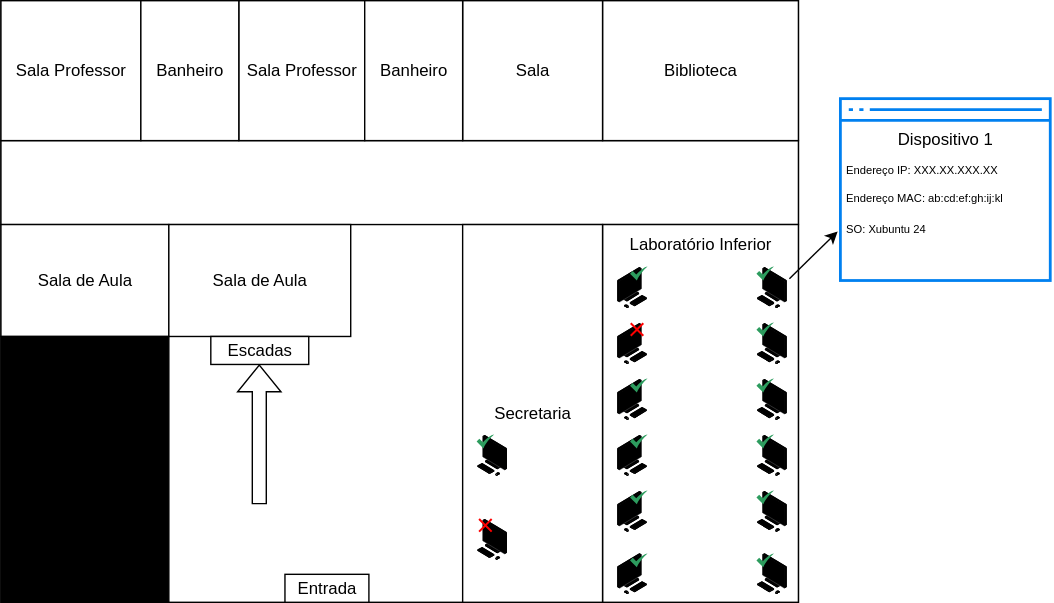
Earlier version of the draw.io export src/assets/inferior-map.svg (zackandcoding1/ineaf-infra-mapa-prototipo). Source tidied: cells renumbered, new cells last; positions are measured from the earlier drawing's top-left corner, leaving out a move shared by most shapes.
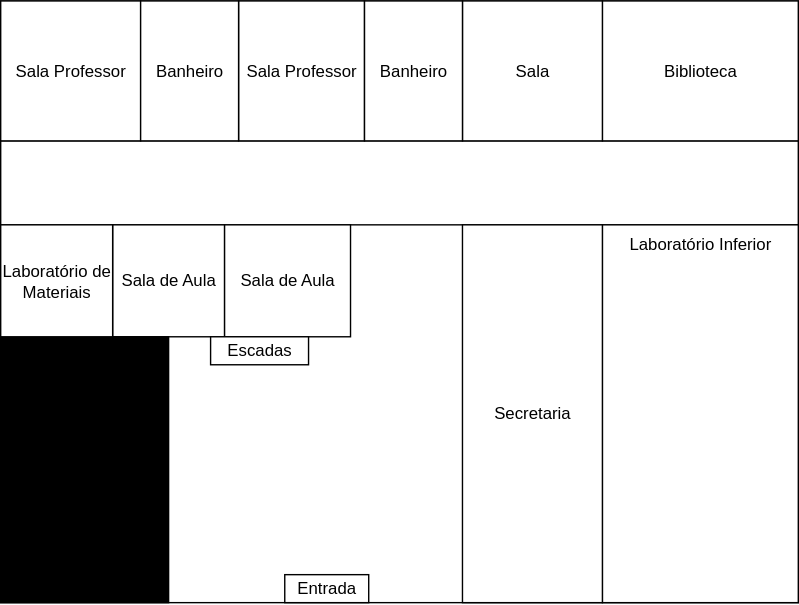
Above is the later version.

What changed in the source:
```diff
@@ -15,10 +15,10 @@
       <mxGeometry x="430" y="160" width="140" height="270" as="geometry" />
     </mxCell>
     <mxCell id="6" value="Sala de Aula" style="rounded=0;whiteSpace=wrap;html=1;" parent="1" vertex="1">
-      <mxGeometry y="160" width="120" height="80" as="geometry" />
+      <mxGeometry x="80" y="160" width="80" height="80" as="geometry" />
     </mxCell>
     <mxCell id="7" value="Sala de Aula" style="rounded=0;whiteSpace=wrap;html=1;" parent="1" vertex="1">
-      <mxGeometry x="120" y="160" width="130" height="80" as="geometry" />
+      <mxGeometry x="160" y="160" width="90" height="80" as="geometry" />
     </mxCell>
     <mxCell id="8" value="Secretaria" style="rounded=0;whiteSpace=wrap;html=1;" parent="1" vertex="1">
       <mxGeometry x="330" y="160" width="100" height="270" as="geometry" />
@@ -32,12 +32,6 @@
     <mxCell id="11" value="Sala" style="rounded=0;whiteSpace=wrap;html=1;" parent="1" vertex="1">
       <mxGeometry x="330" width="100" height="100" as="geometry" />
     </mxCell>
-    <mxCell id="12" style="shape=flexArrow;endArrow=classic;html=1;rounded=0;entryX=0.5;entryY=0;entryDx=0;entryDy=0;" parent="1" edge="1">
-      <mxGeometry relative="1" as="geometry">
-        <mxPoint x="184.7" y="360" as="sourcePoint" />
-        <mxPoint x="184.7" y="260" as="targetPoint" />
-      </mxGeometry>
-    </mxCell>
     <mxCell id="13" value="Escadas" style="rounded=0;whiteSpace=wrap;html=1;" parent="1" vertex="1">
       <mxGeometry x="150" y="240" width="70" height="20" as="geometry" />
     </mxCell>
@@ -47,113 +41,14 @@
     <mxCell id="15" value="Entrada" style="rounded=0;whiteSpace=wrap;html=1;" parent="1" vertex="1">
       <mxGeometry x="203" y="410" width="60" height="20" as="geometry" />
     </mxCell>
-    <mxCell id="16" style="image;html=1;align=center;shadow=0;dashed=0;image=img/lib/allied_telesis/computer_and_terminals/Personal_Computer.svg;" parent="1" vertex="1">
-      <mxGeometry x="340" y="370" width="22.1" height="30" as="geometry" />
-    </mxCell>
-    <mxCell id="17" style="image;html=1;align=center;shadow=0;dashed=0;image=img/lib/allied_telesis/computer_and_terminals/Personal_Computer.svg;" parent="1" vertex="1">
-      <mxGeometry x="340" y="310" width="22.1" height="30" as="geometry" />
-    </mxCell>
-    <mxCell id="18" style="image;points=[];html=1;align=center;shadow=0;dashed=0;image=img/lib/allied_telesis/computer_and_terminals/Personal_Computer.svg;" parent="1" vertex="1">
-      <mxGeometry x="540" y="190" width="22.1" height="30" as="geometry" />
-    </mxCell>
-    <mxCell id="19" style="image;html=1;align=center;shadow=0;dashed=0;image=img/lib/allied_telesis/computer_and_terminals/Personal_Computer.svg;" parent="1" vertex="1">
-      <mxGeometry x="540" y="230" width="22.1" height="30" as="geometry" />
-    </mxCell>
-    <mxCell id="20" style="image;html=1;align=center;shadow=0;dashed=0;image=img/lib/allied_telesis/computer_and_terminals/Personal_Computer.svg;" parent="1" vertex="1">
-      <mxGeometry x="540" y="270" width="22.1" height="30" as="geometry" />
-    </mxCell>
-    <mxCell id="21" style="image;html=1;align=center;shadow=0;dashed=0;image=img/lib/allied_telesis/computer_and_terminals/Personal_Computer.svg;" parent="1" vertex="1">
-      <mxGeometry x="540" y="310" width="22.1" height="30" as="geometry" />
-    </mxCell>
-    <mxCell id="22" style="image;html=1;align=center;shadow=0;dashed=0;image=img/lib/allied_telesis/computer_and_terminals/Personal_Computer.svg;" parent="1" vertex="1">
-      <mxGeometry x="540" y="350" width="22.1" height="30" as="geometry" />
-    </mxCell>
-    <mxCell id="23" style="image;html=1;align=center;shadow=0;dashed=0;image=img/lib/allied_telesis/computer_and_terminals/Personal_Computer.svg;" parent="1" vertex="1">
-      <mxGeometry x="540" y="394.5" width="22.1" height="30" as="geometry" />
-    </mxCell>
-    <mxCell id="24" style="image;html=1;align=center;shadow=0;dashed=0;image=img/lib/allied_telesis/computer_and_terminals/Personal_Computer.svg;flipH=1;" parent="1" vertex="1">
-      <mxGeometry x="440" y="190" width="22.1" height="30" as="geometry" />
-    </mxCell>
-    <mxCell id="25" style="image;html=1;align=center;shadow=0;dashed=0;image=img/lib/allied_telesis/computer_and_terminals/Personal_Computer.svg;flipH=1;" parent="1" vertex="1">
-      <mxGeometry x="440" y="270" width="22.1" height="30" as="geometry" />
-    </mxCell>
-    <mxCell id="26" style="image;html=1;align=center;shadow=0;dashed=0;image=img/lib/allied_telesis/computer_and_terminals/Personal_Computer.svg;flipH=1;" parent="1" vertex="1">
-      <mxGeometry x="440" y="230" width="22.1" height="30" as="geometry" />
-    </mxCell>
-    <mxCell id="27" style="image;html=1;align=center;shadow=0;dashed=0;image=img/lib/allied_telesis/computer_and_terminals/Personal_Computer.svg;flipH=1;" parent="1" vertex="1">
-      <mxGeometry x="440" y="310" width="22.1" height="30" as="geometry" />
-    </mxCell>
-    <mxCell id="28" style="image;html=1;align=center;shadow=0;dashed=0;image=img/lib/allied_telesis/computer_and_terminals/Personal_Computer.svg;flipH=1;" parent="1" vertex="1">
-      <mxGeometry x="440" y="350" width="22.1" height="30" as="geometry" />
-    </mxCell>
-    <mxCell id="29" style="image;html=1;align=center;shadow=0;dashed=0;image=img/lib/allied_telesis/computer_and_terminals/Personal_Computer.svg;flipH=1;" parent="1" vertex="1">
-      <mxGeometry x="440" y="394.5" width="22.1" height="30" as="geometry" />
-    </mxCell>
-    <mxCell id="30" style="sketch=0;html=1;strokeColor=none;shadow=0;align=center;fillColor=#2D9C5E;verticalAlign=top;labelPosition=center;verticalLabelPosition=bottom;shape=mxgraph.gcp2.check;" parent="1" vertex="1">
-      <mxGeometry x="449.6" y="190" width="12.5" height="10" as="geometry" />
-    </mxCell>
-    <mxCell id="31" style="sketch=0;html=1;strokeColor=none;shadow=0;align=center;fillColor=#2D9C5E;verticalAlign=top;labelPosition=center;verticalLabelPosition=bottom;shape=mxgraph.gcp2.check;" parent="1" vertex="1">
-      <mxGeometry x="449.6" y="270" width="12.5" height="10" as="geometry" />
-    </mxCell>
-    <mxCell id="32" style="sketch=0;html=1;strokeColor=none;shadow=0;align=center;fillColor=#2D9C5E;verticalAlign=top;labelPosition=center;verticalLabelPosition=bottom;shape=mxgraph.gcp2.check;" parent="1" vertex="1">
-      <mxGeometry x="449.6" y="310" width="12.5" height="10" as="geometry" />
-    </mxCell>
-    <mxCell id="33" style="sketch=0;html=1;strokeColor=none;shadow=0;align=center;fillColor=#2D9C5E;verticalAlign=top;labelPosition=center;verticalLabelPosition=bottom;shape=mxgraph.gcp2.check;" parent="1" vertex="1">
-      <mxGeometry x="449.6" y="350" width="12.5" height="10" as="geometry" />
-    </mxCell>
-    <mxCell id="34" style="sketch=0;html=1;strokeColor=none;shadow=0;align=center;fillColor=#2D9C5E;verticalAlign=top;labelPosition=center;verticalLabelPosition=bottom;shape=mxgraph.gcp2.check;" parent="1" vertex="1">
-      <mxGeometry x="449.6" y="395" width="12.5" height="10" as="geometry" />
-    </mxCell>
-    <mxCell id="35" style="sketch=0;html=1;strokeColor=none;shadow=0;align=center;fillColor=#2D9C5E;verticalAlign=top;labelPosition=center;verticalLabelPosition=bottom;shape=mxgraph.gcp2.check;" parent="1" vertex="1">
-      <mxGeometry x="540" y="190" width="12.5" height="10" as="geometry" />
-    </mxCell>
-    <mxCell id="36" style="sketch=0;html=1;strokeColor=none;shadow=0;align=center;fillColor=#2D9C5E;verticalAlign=top;labelPosition=center;verticalLabelPosition=bottom;shape=mxgraph.gcp2.check;" parent="1" vertex="1">
-      <mxGeometry x="540" y="230" width="12.5" height="10" as="geometry" />
-    </mxCell>
-    <mxCell id="37" style="sketch=0;html=1;strokeColor=none;shadow=0;align=center;fillColor=#2D9C5E;verticalAlign=top;labelPosition=center;verticalLabelPosition=bottom;shape=mxgraph.gcp2.check;" parent="1" vertex="1">
-      <mxGeometry x="540" y="270" width="12.5" height="10" as="geometry" />
-    </mxCell>
-    <mxCell id="38" style="sketch=0;html=1;strokeColor=none;shadow=0;align=center;fillColor=#2D9C5E;verticalAlign=top;labelPosition=center;verticalLabelPosition=bottom;shape=mxgraph.gcp2.check;" parent="1" vertex="1">
-      <mxGeometry x="540" y="310" width="12.5" height="10" as="geometry" />
-    </mxCell>
-    <mxCell id="39" style="sketch=0;html=1;strokeColor=none;shadow=0;align=center;fillColor=#2D9C5E;verticalAlign=top;labelPosition=center;verticalLabelPosition=bottom;shape=mxgraph.gcp2.check;" parent="1" vertex="1">
-      <mxGeometry x="540" y="350" width="12.5" height="10" as="geometry" />
-    </mxCell>
-    <mxCell id="40" style="sketch=0;html=1;strokeColor=none;shadow=0;align=center;fillColor=#2D9C5E;verticalAlign=top;labelPosition=center;verticalLabelPosition=bottom;shape=mxgraph.gcp2.check;" parent="1" vertex="1">
-      <mxGeometry x="540" y="395" width="12.5" height="10" as="geometry" />
-    </mxCell>
     <mxCell id="41" value="Banheiro" style="rounded=0;whiteSpace=wrap;html=1;" parent="1" vertex="1">
       <mxGeometry x="260" width="70" height="100" as="geometry" />
     </mxCell>
     <mxCell id="42" value="Banheiro" style="rounded=0;whiteSpace=wrap;html=1;" parent="1" vertex="1">
       <mxGeometry x="100" width="70" height="100" as="geometry" />
     </mxCell>
-    <mxCell id="43" style="sketch=0;html=1;strokeColor=none;shadow=0;align=center;fillColor=#2D9C5E;verticalAlign=top;labelPosition=center;verticalLabelPosition=bottom;shape=mxgraph.gcp2.check;" parent="1" vertex="1">
-      <mxGeometry x="340" y="310" width="12.5" height="10" as="geometry" />
-    </mxCell>
-    <mxCell id="44" style="shape=mxgraph.mockup.markup.redX;fillColor=#ff0000;html=1;shadow=0;whiteSpace=wrap;strokeColor=none;" parent="1" vertex="1">
-      <mxGeometry x="341.2" y="370" width="10" height="10" as="geometry" />
-    </mxCell>
-    <mxCell id="45" style="shape=mxgraph.mockup.markup.redX;fillColor=#ff0000;html=1;shadow=0;whiteSpace=wrap;strokeColor=none;" parent="1" vertex="1">
-      <mxGeometry x="449.6" y="230" width="10" height="10" as="geometry" />
-    </mxCell>
-    <mxCell id="46" style="html=1;verticalLabelPosition=bottom;align=center;labelBackgroundColor=#ffffff;verticalAlign=top;strokeWidth=2;strokeColor=#0080F0;shadow=0;dashed=0;shape=mxgraph.ios7.icons.window;" parent="1" vertex="1">
-      <mxGeometry x="600" y="70" width="150" height="130" as="geometry" />
-    </mxCell>
-    <mxCell id="47" style="endArrow=classic;html=1;rounded=0;entryX=-0.013;entryY=0.73;entryDx=0;entryDy=0;entryPerimeter=0;exitX=1.064;exitY=0.289;exitDx=0;exitDy=0;exitPerimeter=0;" parent="1" edge="1" source="18" target="46">
-      <mxGeometry relative="1" as="geometry" />
-    </mxCell>
-    <mxCell id="48" value="Dispositivo 1" style="text;html=1;align=center;verticalAlign=middle;whiteSpace=wrap;rounded=0;" parent="1" vertex="1">
-      <mxGeometry x="630" y="84" width="90" height="30" as="geometry" />
-    </mxCell>
-    <mxCell id="49" value="&lt;font style=&quot;font-size: 8px;&quot;&gt;Endereço IP: XXX.XX.XXX.XX&lt;/font&gt;" style="text;html=1;align=left;verticalAlign=middle;whiteSpace=wrap;rounded=0;" parent="1" vertex="1">
-      <mxGeometry x="602" y="105" width="150" height="30" as="geometry" />
-    </mxCell>
-    <mxCell id="50" value="&lt;font style=&quot;font-size: 8px;&quot;&gt;Endereço MAC: ab:cd:ef:gh:ij:kl&lt;/font&gt;" style="text;html=1;align=left;verticalAlign=middle;whiteSpace=wrap;rounded=0;" parent="1" vertex="1">
-      <mxGeometry x="602" y="125" width="150" height="30" as="geometry" />
-    </mxCell>
-    <mxCell id="51" value="&lt;span style=&quot;font-size: 8px;&quot;&gt;SO&lt;/span&gt;&lt;span style=&quot;font-size: 8px; background-color: transparent; color: light-dark(rgb(0, 0, 0), rgb(255, 255, 255));&quot;&gt;: Xubuntu 24&lt;/span&gt;" style="text;html=1;align=left;verticalAlign=middle;whiteSpace=wrap;rounded=0;" parent="1" vertex="1">
-      <mxGeometry x="602" y="147" width="150" height="30" as="geometry" />
-    </mxCell>
+    <mxCell id="52" value="Laboratório de Materiais" style="rounded=0;whiteSpace=wrap;html=1;" parent="1" vertex="1">
+      <mxGeometry y="160" width="80" height="80" as="geometry" />
+    </mxCell>
   </root>
 </mxGraphModel>
```
